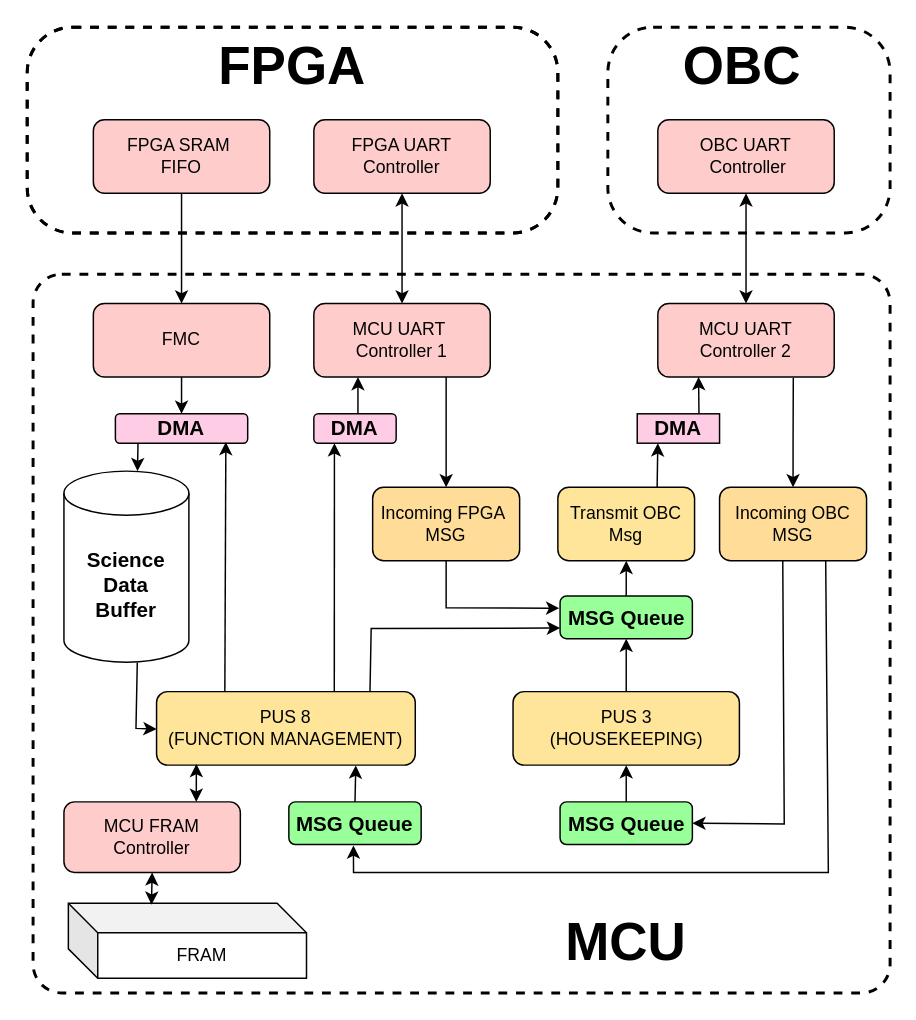
Above: Software_Architecture_DataHub.drawio in WhiskeySierraPapa/LP-Software-uC-SP-MThesis-2025 (draw.io), before the change. Source tidied: cells renumbered, new cells numbered last; positions are measured from the earlier drawing's top-left corner, leaving out a move shared by most shapes. Both pictures are drawn from the tidied source at 147%, with x=0, y=0 at pixel (26, 26).
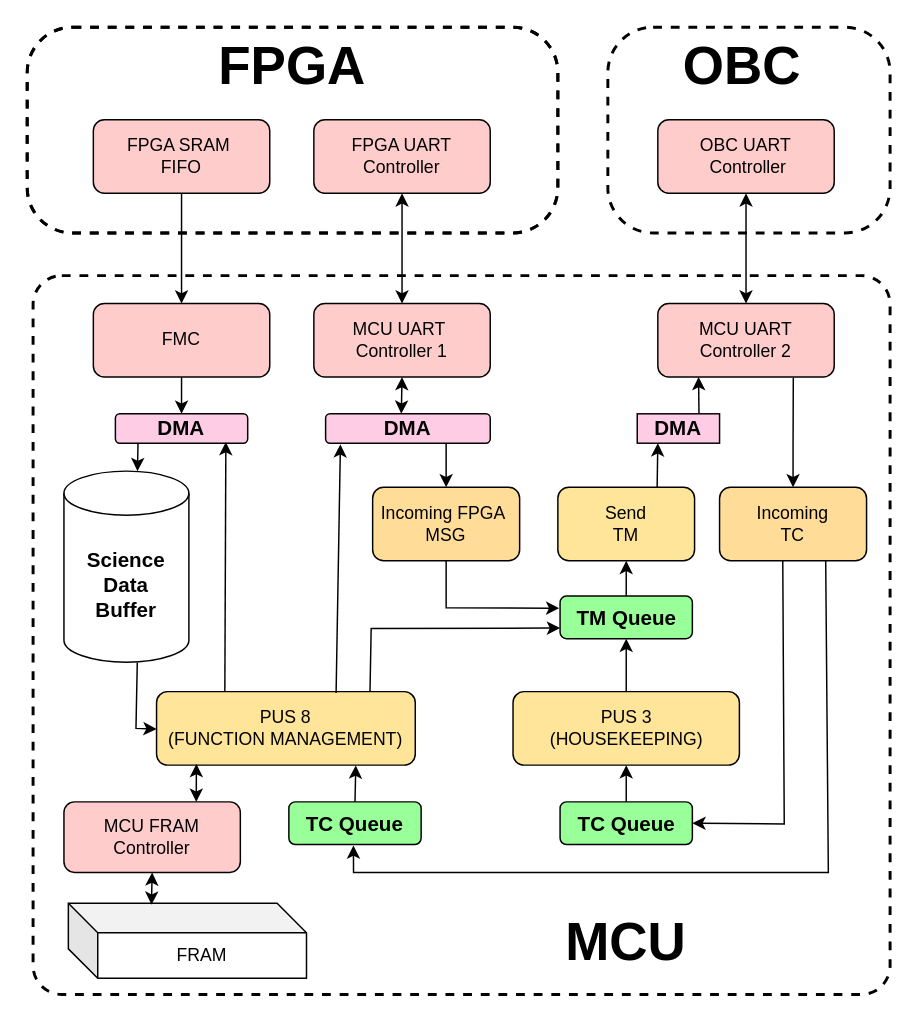
The same diagram, later.

The change refers to these unchanged cells:
```xml
<mxCell id="3" value="PUS 8&#10;(FUNCTION MANAGEMENT)" style="rounded=1;whiteSpace=wrap;fillColor=#FFE599;" parent="1" vertex="1">
  <mxGeometry x="88" y="452" width="176" height="50" as="geometry" />
</mxCell>
<mxCell id="11" value="MCU UART &#10;Controller 1" style="rounded=1;whiteSpace=wrap;fillColor=#FFCCCC;" parent="1" vertex="1">
  <mxGeometry x="195" y="188" width="120" height="50" as="geometry" />
</mxCell>
```

Diff of the diagram source:
```diff
@@
-    <mxCell id="2" value="Incoming OBC&#10;MSG" style="rounded=1;whiteSpace=wrap;fillColor=#FFDD99;" parent="1" vertex="1">
+    <mxCell id="2" value="Incoming&#10;TC" style="rounded=1;whiteSpace=wrap;fillColor=#FFDD99;" parent="1" vertex="1">
       <mxGeometry x="471" y="313" width="100" height="50" as="geometry" />
     </mxCell>
@@
-    <mxCell id="5" value="Transmit OBC&#10;Msg" style="rounded=1;whiteSpace=wrap;fillColor=#FFE599;" parent="1" vertex="1">
+    <mxCell id="5" value="Send&#10;TM" style="rounded=1;whiteSpace=wrap;fillColor=#FFE599;" parent="1" vertex="1">
       <mxGeometry x="361" y="313" width="93" height="50" as="geometry" />
     </mxCell>
@@
-    <mxCell id="10" style="endArrow=classic;html=1;rounded=0;entryX=0.25;entryY=1;entryDx=0;entryDy=0;exitX=0.687;exitY=-0.001;exitDx=0;exitDy=0;exitPerimeter=0;" parent="1" edge="1" source="3" target="18">
+    <mxCell id="10" style="endArrow=classic;html=1;rounded=0;entryX=0.09;entryY=1.038;entryDx=0;entryDy=0;exitX=0.694;exitY=0.02;exitDx=0;exitDy=0;exitPerimeter=0;entryPerimeter=0;" parent="1" edge="1" source="3" target="18">
       <mxGeometry relative="1" as="geometry" />
     </mxCell>
@@
     <mxCell id="18" value="&lt;font style=&quot;font-size: 14px;&quot;&gt;&lt;b&gt;DMA&lt;/b&gt;&lt;/font&gt;" style="rounded=1;whiteSpace=wrap;html=1;fillColor=light-dark(#FFCCE6,var(--ge-dark-color, #121212));" parent="1" vertex="1">
-      <mxGeometry x="195" y="263" width="56" height="20" as="geometry" />
+      <mxGeometry x="203" y="263" width="112" height="20" as="geometry" />
     </mxCell>
@@
-    <mxCell id="25" style="endArrow=classic;html=1;rounded=0;entryX=0.25;entryY=1;entryDx=0;entryDy=0;" parent="1" edge="1" target="11">
-      <mxGeometry relative="1" as="geometry">
-        <mxPoint x="225" y="263" as="sourcePoint" />
-      </mxGeometry>
-    </mxCell>
@@
-    <mxCell id="27" style="endArrow=classic;html=1;rounded=0;exitX=0.75;exitY=1;exitDx=0;exitDy=0;" parent="1" edge="1" source="11">
+    <mxCell id="27" style="endArrow=classic;html=1;rounded=0;exitX=0.732;exitY=1.021;exitDx=0;exitDy=0;exitPerimeter=0;" parent="1" edge="1" source="18">
       <mxGeometry relative="1" as="geometry">
         <mxPoint x="285" y="313" as="targetPoint" />
       </mxGeometry>
     </mxCell>
@@
-    <mxCell id="32" value="&lt;font style=&quot;font-size: 14px;&quot;&gt;&lt;b&gt;MSG Queue&lt;/b&gt;&lt;/font&gt;" style="rounded=1;whiteSpace=wrap;html=1;fillColor=light-dark(#99FF99,var(--ge-dark-color, #121212));" parent="1" vertex="1">
+    <mxCell id="32" value="&lt;font style=&quot;font-size: 14px;&quot;&gt;&lt;b&gt;TM Queue&lt;/b&gt;&lt;/font&gt;" style="rounded=1;whiteSpace=wrap;html=1;fillColor=light-dark(#99FF99,var(--ge-dark-color, #121212));" parent="1" vertex="1">
       <mxGeometry x="362.5" y="387" width="90" height="29" as="geometry" />
     </mxCell>
@@
-    <mxCell id="35" value="&lt;font style=&quot;font-size: 14px;&quot;&gt;&lt;b&gt;MSG Queue&lt;/b&gt;&lt;/font&gt;" style="rounded=1;whiteSpace=wrap;html=1;fillColor=light-dark(#99FF99,var(--ge-dark-color, #121212));" parent="1" vertex="1">
+    <mxCell id="35" value="&lt;font style=&quot;font-size: 14px;&quot;&gt;&lt;b&gt;TC Queue&lt;/b&gt;&lt;/font&gt;" style="rounded=1;whiteSpace=wrap;html=1;fillColor=light-dark(#99FF99,var(--ge-dark-color, #121212));" parent="1" vertex="1">
       <mxGeometry x="362.5" y="527" width="90" height="29" as="geometry" />
     </mxCell>
-    <mxCell id="36" value="&lt;b&gt;&lt;font style=&quot;font-size: 14px;&quot;&gt;MSG Queue&lt;/font&gt;&lt;/b&gt;" style="rounded=1;whiteSpace=wrap;html=1;fillColor=light-dark(#99FF99,var(--ge-dark-color, #121212));" parent="1" vertex="1">
+    <mxCell id="36" value="&lt;b&gt;&lt;font style=&quot;font-size: 14px;&quot;&gt;TC Queue&lt;/font&gt;&lt;/b&gt;" style="rounded=1;whiteSpace=wrap;html=1;fillColor=light-dark(#99FF99,var(--ge-dark-color, #121212));" parent="1" vertex="1">
       <mxGeometry x="178" y="527" width="90" height="29" as="geometry" />
     </mxCell>
@@
     <mxCell id="44" style="rounded=1;whiteSpace=wrap;html=1;arcSize=4;strokeColor=#000000;dashed=1;strokeWidth=2;fillColor=#FFFFFF;fillOpacity=0.3;" parent="1" vertex="1">
-      <mxGeometry x="4" y="168" width="583" height="489" as="geometry" />
+      <mxGeometry x="4" y="169" width="583" height="489" as="geometry" />
     </mxCell>
@@
+    <mxCell id="52" style="endArrow=classic;startArrow=classic;html=1;rounded=0;entryX=0.5;entryY=1;entryDx=0;entryDy=0;" parent="1" edge="1" target="11">
+      <mxGeometry relative="1" as="geometry">
+        <mxPoint x="254.5" y="263" as="sourcePoint" />
+      </mxGeometry>
+    </mxCell>
```
